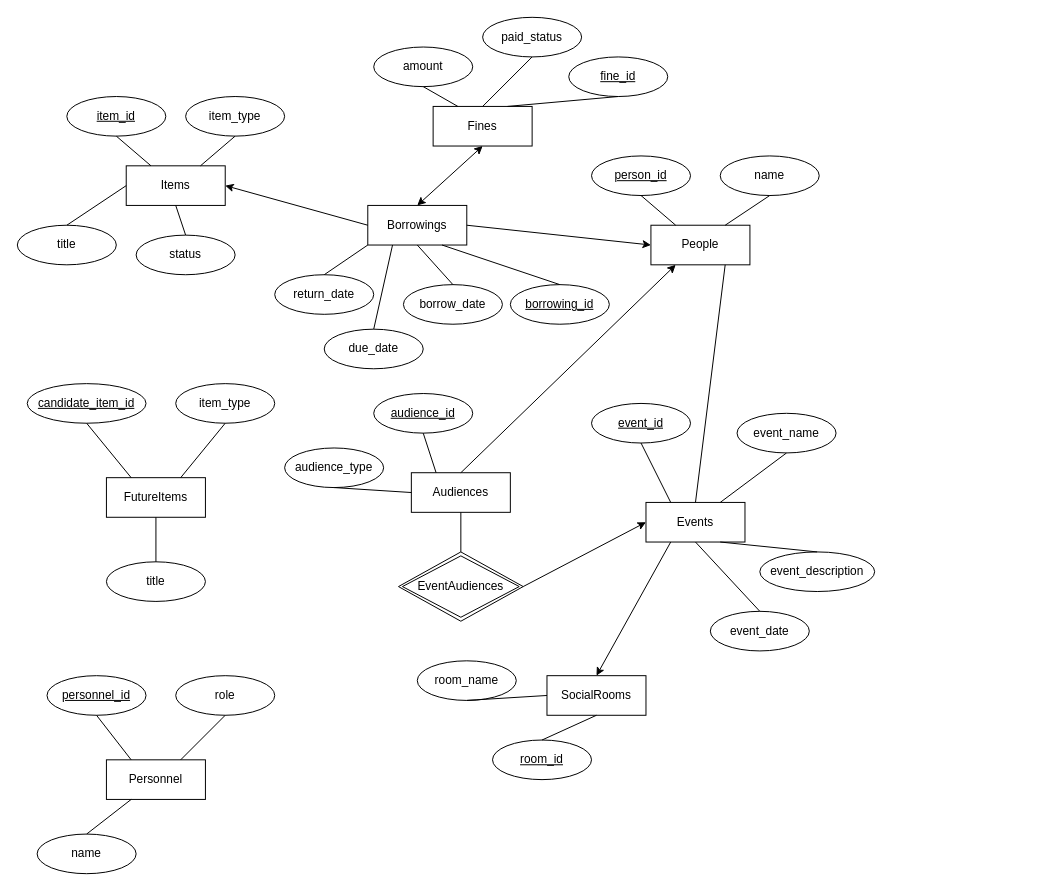
The draw.io diagram Library_ER_Diagram.drawio in t-trent/Library-Application, before the edit. Source tidied: cells renumbered, new cells numbered last; positions are measured from the earlier drawing's top-left corner, leaving out a move shared by most shapes. Both pictures are drawn from the tidied source at 99%, with x=0, y=0 at pixel (17, 17).
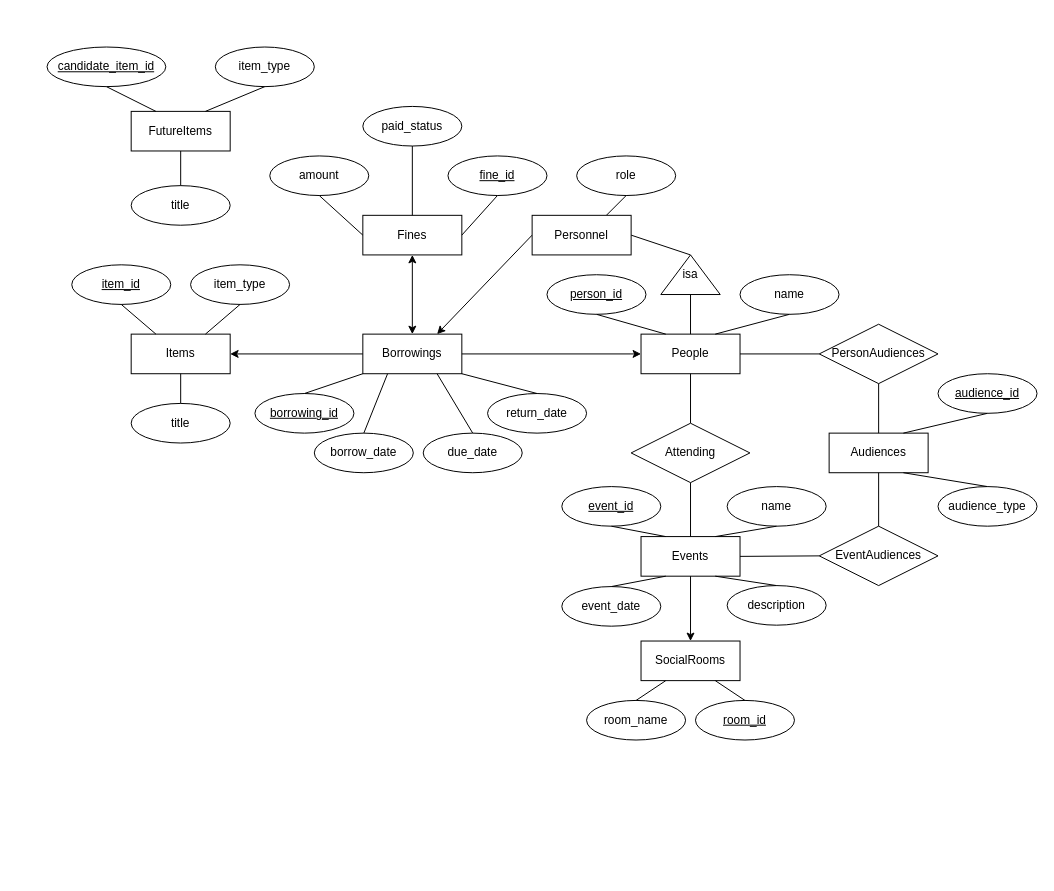
After the change.

Diff of the diagram source:
```diff
@@
     <mxCell id="2" value="Items" style="rounded=0;whiteSpace=wrap;html=1;" parent="1" vertex="1">
-      <mxGeometry x="110" y="150" width="100" height="40" as="geometry" />
+      <mxGeometry x="115" y="320" width="100" height="40" as="geometry" />
     </mxCell>
     <mxCell id="3" value="FutureItems" style="rounded=0;whiteSpace=wrap;html=1;" parent="1" vertex="1">
-      <mxGeometry x="90" y="465" width="100" height="40" as="geometry" />
+      <mxGeometry x="115" y="95" width="100" height="40" as="geometry" />
     </mxCell>
     <mxCell id="4" value="People" style="rounded=0;whiteSpace=wrap;html=1;" parent="1" vertex="1">
-      <mxGeometry x="640" y="210" width="100" height="40" as="geometry" />
+      <mxGeometry x="630" y="320" width="100" height="40" as="geometry" />
     </mxCell>
     <mxCell id="5" value="Borrowings" style="rounded=0;whiteSpace=wrap;html=1;" parent="1" vertex="1">
-      <mxGeometry x="354" y="190" width="100" height="40" as="geometry" />
+      <mxGeometry x="349" y="320" width="100" height="40" as="geometry" />
     </mxCell>
     <mxCell id="6" value="Fines" style="rounded=0;whiteSpace=wrap;html=1;" parent="1" vertex="1">
-      <mxGeometry x="420" y="90" width="100" height="40" as="geometry" />
+      <mxGeometry x="349" y="200" width="100" height="40" as="geometry" />
     </mxCell>
     <mxCell id="7" value="Events" style="rounded=0;whiteSpace=wrap;html=1;" parent="1" vertex="1">
-      <mxGeometry x="635" y="490" width="100" height="40" as="geometry" />
+      <mxGeometry x="630" y="524.5" width="100" height="40" as="geometry" />
     </mxCell>
     <mxCell id="8" value="SocialRooms" style="rounded=0;whiteSpace=wrap;html=1;" parent="1" vertex="1">
-      <mxGeometry x="535" y="665" width="100" height="40" as="geometry" />
+      <mxGeometry x="630" y="630" width="100" height="40" as="geometry" />
     </mxCell>
     <mxCell id="9" value="Audiences" style="rounded=0;whiteSpace=wrap;html=1;" parent="1" vertex="1">
-      <mxGeometry x="398" y="460" width="100" height="40" as="geometry" />
+      <mxGeometry x="820" y="420" width="100" height="40" as="geometry" />
     </mxCell>
-    <mxCell id="10" value="Personnel" style="rounded=0;whiteSpace=wrap;html=1;" parent="1" vertex="1">
-      <mxGeometry x="90" y="750" width="100" height="40" as="geometry" />
-    </mxCell>
-    <mxCell id="11" style="endArrow=classic;html=1;rounded=0;entryX=0;entryY=0.5;entryDx=0;entryDy=0;exitX=1;exitY=0.5;exitDx=0;exitDy=0;" parent="1" edge="1" source="5" target="4">
-      <mxGeometry relative="1" as="geometry" />
-    </mxCell>
@@
     <mxCell id="14" value="item_id" style="ellipse;whiteSpace=wrap;html=1;align=center;fontStyle=4;" parent="1" vertex="1">
-      <mxGeometry x="50" y="80" width="100" height="40" as="geometry" />
+      <mxGeometry x="55" y="250" width="100" height="40" as="geometry" />
     </mxCell>
@@
     <mxCell id="16" value="candidate_item_id" style="ellipse;whiteSpace=wrap;html=1;align=center;fontStyle=4;" parent="1" vertex="1">
-      <mxGeometry x="10" y="370" width="120" height="40" as="geometry" />
+      <mxGeometry x="30" y="30" width="120" height="40" as="geometry" />
     </mxCell>
@@
     <mxCell id="18" value="person_id" style="ellipse;whiteSpace=wrap;html=1;align=center;fontStyle=4;" parent="1" vertex="1">
-      <mxGeometry x="580" y="140" width="100" height="40" as="geometry" />
+      <mxGeometry x="535" y="260" width="100" height="40" as="geometry" />
     </mxCell>
@@
     <mxCell id="20" value="event_id" style="ellipse;whiteSpace=wrap;html=1;align=center;fontStyle=4;" parent="1" vertex="1">
-      <mxGeometry x="580" y="390" width="100" height="40" as="geometry" />
+      <mxGeometry x="550" y="474" width="100" height="40" as="geometry" />
     </mxCell>
@@
     <mxCell id="22" value="item_type" style="ellipse;whiteSpace=wrap;html=1;align=center;" parent="1" vertex="1">
-      <mxGeometry x="170" y="80" width="100" height="40" as="geometry" />
+      <mxGeometry x="175" y="250" width="100" height="40" as="geometry" />
     </mxCell>
     <mxCell id="23" value="borrowing_id" style="ellipse;whiteSpace=wrap;html=1;align=center;fontStyle=4;" parent="1" vertex="1">
-      <mxGeometry x="498" y="270" width="100" height="40" as="geometry" />
+      <mxGeometry x="240" y="380" width="100" height="40" as="geometry" />
     </mxCell>
-    <mxCell id="24" style="endArrow=none;html=1;rounded=0;entryX=0.5;entryY=0;entryDx=0;entryDy=0;exitX=0.75;exitY=1;exitDx=0;exitDy=0;" parent="1" edge="1" source="5" target="23">
+    <mxCell id="24" style="endArrow=none;html=1;rounded=0;entryX=0.5;entryY=0;entryDx=0;entryDy=0;exitX=0;exitY=1;exitDx=0;exitDy=0;" parent="1" edge="1" source="5" target="23">
       <mxGeometry relative="1" as="geometry" />
     </mxCell>
@@
-    <mxCell id="26" value="personnel_id" style="ellipse;whiteSpace=wrap;html=1;align=center;fontStyle=4;" parent="1" vertex="1">
-      <mxGeometry x="30" y="665" width="100" height="40" as="geometry" />
-    </mxCell>
-    <mxCell id="27" style="endArrow=none;html=1;rounded=0;entryX=0.5;entryY=1;entryDx=0;entryDy=0;exitX=0.25;exitY=0;exitDx=0;exitDy=0;" parent="1" edge="1" source="10" target="26">
-      <mxGeometry relative="1" as="geometry" />
-    </mxCell>
-    <mxCell id="28" value="EventAudiences" style="shape=rhombus;double=1;perimeter=rhombusPerimeter;whiteSpace=wrap;html=1;align=center;" parent="1" vertex="1">
-      <mxGeometry x="385" y="540" width="126" height="70" as="geometry" />
-    </mxCell>
-    <mxCell id="29" style="endArrow=classic;html=1;rounded=0;exitX=1;exitY=0.5;exitDx=0;exitDy=0;entryX=0;entryY=0.5;entryDx=0;entryDy=0;" parent="1" edge="1" source="28" target="7">
-      <mxGeometry relative="1" as="geometry" />
-    </mxCell>
-    <mxCell id="30" style="endArrow=classic;html=1;rounded=0;entryX=0.5;entryY=0;entryDx=0;entryDy=0;exitX=0.25;exitY=1;exitDx=0;exitDy=0;" parent="1" edge="1" source="7" target="8">
+    <mxCell id="30" style="endArrow=classic;html=1;rounded=0;exitX=0.5;exitY=1;exitDx=0;exitDy=0;entryX=0.5;entryY=0;entryDx=0;entryDy=0;" parent="1" edge="1" source="7" target="8">
       <mxGeometry relative="1" as="geometry" />
     </mxCell>
-    <mxCell id="31" style="endArrow=none;html=1;rounded=0;entryX=0.5;entryY=1;entryDx=0;entryDy=0;exitX=0.5;exitY=0;exitDx=0;exitDy=0;" parent="1" edge="1" source="28" target="9">
-      <mxGeometry relative="1" as="geometry" />
-    </mxCell>
     <mxCell id="32" value="title" style="ellipse;whiteSpace=wrap;html=1;align=center;" parent="1" vertex="1">
-      <mxGeometry y="210" width="100" height="40" as="geometry" />
+      <mxGeometry x="115" y="390" width="100" height="40" as="geometry" />
     </mxCell>
-    <mxCell id="33" style="endArrow=none;html=1;rounded=0;exitX=0.5;exitY=0;exitDx=0;exitDy=0;entryX=0;entryY=0.5;entryDx=0;entryDy=0;" parent="1" edge="1" source="32" target="2">
+    <mxCell id="33" style="endArrow=none;html=1;rounded=0;exitX=0.5;exitY=0;exitDx=0;exitDy=0;entryX=0.5;entryY=1;entryDx=0;entryDy=0;" parent="1" edge="1" source="32" target="2">
       <mxGeometry relative="1" as="geometry" />
     </mxCell>
     <mxCell id="34" value="fine_id" style="ellipse;whiteSpace=wrap;html=1;align=center;fontStyle=4;" parent="1" vertex="1">
-      <mxGeometry x="557" y="40" width="100" height="40" as="geometry" />
+      <mxGeometry x="435" y="140" width="100" height="40" as="geometry" />
     </mxCell>
-    <mxCell id="35" style="endArrow=none;html=1;rounded=0;entryX=0.5;entryY=1;entryDx=0;entryDy=0;exitX=0.75;exitY=0;exitDx=0;exitDy=0;" parent="1" edge="1" source="6" target="34">
+    <mxCell id="35" style="endArrow=none;html=1;rounded=0;entryX=0.5;entryY=1;entryDx=0;entryDy=0;exitX=1;exitY=0.5;exitDx=0;exitDy=0;" parent="1" edge="1" source="6" target="34">
       <mxGeometry relative="1" as="geometry" />
     </mxCell>
     <mxCell id="36" value="item_type" style="ellipse;whiteSpace=wrap;html=1;align=center;" parent="1" vertex="1">
-      <mxGeometry x="160" y="370" width="100" height="40" as="geometry" />
+      <mxGeometry x="200" y="30" width="100" height="40" as="geometry" />
     </mxCell>
@@
     <mxCell id="38" value="title" style="ellipse;whiteSpace=wrap;html=1;align=center;" parent="1" vertex="1">
-      <mxGeometry x="90" y="550" width="100" height="40" as="geometry" />
+      <mxGeometry x="115" y="170" width="100" height="40" as="geometry" />
     </mxCell>
@@
     <mxCell id="40" value="audience_id" style="ellipse;whiteSpace=wrap;html=1;align=center;fontStyle=4;" parent="1" vertex="1">
-      <mxGeometry x="360" y="380" width="100" height="40" as="geometry" />
+      <mxGeometry x="930" y="360" width="100" height="40" as="geometry" />
     </mxCell>
     <mxCell id="41" value="audience_type" style="ellipse;whiteSpace=wrap;html=1;align=center;" parent="1" vertex="1">
-      <mxGeometry x="270" y="435" width="100" height="40" as="geometry" />
+      <mxGeometry x="930" y="474" width="100" height="40" as="geometry" />
     </mxCell>
-    <mxCell id="42" style="endArrow=none;html=1;rounded=0;entryX=0;entryY=0.5;entryDx=0;entryDy=0;exitX=0.5;exitY=1;exitDx=0;exitDy=0;" parent="1" edge="1" source="41" target="9">
+    <mxCell id="42" style="endArrow=none;html=1;rounded=0;entryX=0.75;entryY=1;entryDx=0;entryDy=0;exitX=0.5;exitY=0;exitDx=0;exitDy=0;" parent="1" edge="1" source="41" target="9">
       <mxGeometry relative="1" as="geometry" />
     </mxCell>
-    <mxCell id="43" style="endArrow=none;html=1;rounded=0;entryX=0.25;entryY=0;entryDx=0;entryDy=0;exitX=0.5;exitY=1;exitDx=0;exitDy=0;" parent="1" edge="1" source="40" target="9">
+    <mxCell id="43" style="endArrow=none;html=1;rounded=0;entryX=0.75;entryY=0;entryDx=0;entryDy=0;exitX=0.5;exitY=1;exitDx=0;exitDy=0;" parent="1" edge="1" source="40" target="9">
       <mxGeometry relative="1" as="geometry" />
     </mxCell>
-    <mxCell id="44" value="event_name" style="ellipse;whiteSpace=wrap;html=1;align=center;" parent="1" vertex="1">
-      <mxGeometry x="727" y="400" width="100" height="40" as="geometry" />
+    <mxCell id="44" value="name" style="ellipse;whiteSpace=wrap;html=1;align=center;" parent="1" vertex="1">
+      <mxGeometry x="717" y="474" width="100" height="40" as="geometry" />
     </mxCell>
-    <mxCell id="45" value="event_description" style="ellipse;whiteSpace=wrap;html=1;align=center;" parent="1" vertex="1">
-      <mxGeometry x="750" y="540" width="116" height="40" as="geometry" />
+    <mxCell id="45" value="description" style="ellipse;whiteSpace=wrap;html=1;align=center;" parent="1" vertex="1">
+      <mxGeometry x="717" y="574" width="100" height="40" as="geometry" />
     </mxCell>
@@
     <mxCell id="48" value="room_name" style="ellipse;whiteSpace=wrap;html=1;align=center;" parent="1" vertex="1">
-      <mxGeometry x="404" y="650" width="100" height="40" as="geometry" />
+      <mxGeometry x="575" y="690" width="100" height="40" as="geometry" />
     </mxCell>
     <mxCell id="49" value="room_id" style="ellipse;whiteSpace=wrap;html=1;align=center;fontStyle=4;" parent="1" vertex="1">
-      <mxGeometry x="480" y="730" width="100" height="40" as="geometry" />
+      <mxGeometry x="685" y="690" width="100" height="40" as="geometry" />
     </mxCell>
-    <mxCell id="50" style="endArrow=none;html=1;rounded=0;entryX=0;entryY=0.5;entryDx=0;entryDy=0;exitX=0.5;exitY=1;exitDx=0;exitDy=0;" parent="1" edge="1" source="48" target="8">
+    <mxCell id="50" style="endArrow=none;html=1;rounded=0;entryX=0.25;entryY=1;entryDx=0;entryDy=0;exitX=0.5;exitY=0;exitDx=0;exitDy=0;" parent="1" edge="1" source="48" target="8">
       <mxGeometry relative="1" as="geometry" />
     </mxCell>
-    <mxCell id="51" style="endArrow=none;html=1;rounded=0;entryX=0.5;entryY=0;entryDx=0;entryDy=0;exitX=0.5;exitY=1;exitDx=0;exitDy=0;" parent="1" edge="1" source="8" target="49">
+    <mxCell id="51" style="endArrow=none;html=1;rounded=0;entryX=0.5;entryY=0;entryDx=0;entryDy=0;exitX=0.75;exitY=1;exitDx=0;exitDy=0;" parent="1" edge="1" source="8" target="49">
       <mxGeometry relative="1" as="geometry" />
     </mxCell>
     <mxCell id="52" value="amount" style="ellipse;whiteSpace=wrap;html=1;align=center;" parent="1" vertex="1">
-      <mxGeometry x="360" y="30" width="100" height="40" as="geometry" />
+      <mxGeometry x="255" y="140" width="100" height="40" as="geometry" />
     </mxCell>
     <mxCell id="53" value="paid_status" style="ellipse;whiteSpace=wrap;html=1;align=center;" parent="1" vertex="1">
-      <mxGeometry x="470" width="100" height="40" as="geometry" />
+      <mxGeometry x="349" y="90" width="100" height="40" as="geometry" />
     </mxCell>
@@
-    <mxCell id="55" style="endArrow=none;html=1;rounded=0;entryX=0.5;entryY=1;entryDx=0;entryDy=0;exitX=0.25;exitY=0;exitDx=0;exitDy=0;" parent="1" edge="1" source="6" target="52">
+    <mxCell id="55" style="endArrow=none;html=1;rounded=0;entryX=0.5;entryY=1;entryDx=0;entryDy=0;exitX=0;exitY=0.5;exitDx=0;exitDy=0;" parent="1" edge="1" source="6" target="52">
       <mxGeometry relative="1" as="geometry" />
     </mxCell>
-    <mxCell id="56" value="name" style="ellipse;whiteSpace=wrap;html=1;align=center;" parent="1" vertex="1">
-      <mxGeometry x="20" y="825" width="100" height="40" as="geometry" />
-    </mxCell>
     <mxCell id="57" value="role" style="ellipse;whiteSpace=wrap;html=1;align=center;" parent="1" vertex="1">
-      <mxGeometry x="160" y="665" width="100" height="40" as="geometry" />
+      <mxGeometry x="565" y="140" width="100" height="40" as="geometry" />
     </mxCell>
-    <mxCell id="58" style="endArrow=none;html=1;rounded=0;exitX=0.5;exitY=0;exitDx=0;exitDy=0;entryX=0.25;entryY=1;entryDx=0;entryDy=0;" parent="1" edge="1" source="56" target="10">
-      <mxGeometry relative="1" as="geometry" />
-    </mxCell>
@@
     <mxCell id="60" value="name" style="ellipse;whiteSpace=wrap;html=1;align=center;" parent="1" vertex="1">
-      <mxGeometry x="710" y="140" width="100" height="40" as="geometry" />
+      <mxGeometry x="730" y="260" width="100" height="40" as="geometry" />
     </mxCell>
@@
     <mxCell id="62" value="borrow_date" style="ellipse;whiteSpace=wrap;html=1;align=center;" parent="1" vertex="1">
-      <mxGeometry x="390" y="270" width="100" height="40" as="geometry" />
+      <mxGeometry x="300" y="420" width="100" height="40" as="geometry" />
     </mxCell>
     <mxCell id="63" value="due_date" style="ellipse;whiteSpace=wrap;html=1;align=center;" parent="1" vertex="1">
-      <mxGeometry x="310" y="315" width="100" height="40" as="geometry" />
+      <mxGeometry x="410" y="420" width="100" height="40" as="geometry" />
     </mxCell>
     <mxCell id="64" value="return_date" style="ellipse;whiteSpace=wrap;html=1;align=center;" parent="1" vertex="1">
-      <mxGeometry x="260" y="260" width="100" height="40" as="geometry" />
+      <mxGeometry x="475" y="380" width="100" height="40" as="geometry" />
     </mxCell>
-    <mxCell id="65" style="endArrow=none;html=1;rounded=0;entryX=0.25;entryY=1;entryDx=0;entryDy=0;exitX=0.5;exitY=0;exitDx=0;exitDy=0;" parent="1" edge="1" source="63" target="5">
+    <mxCell id="65" style="endArrow=none;html=1;rounded=0;entryX=0.75;entryY=1;entryDx=0;entryDy=0;exitX=0.5;exitY=0;exitDx=0;exitDy=0;" parent="1" edge="1" source="63" target="5">
       <mxGeometry relative="1" as="geometry" />
     </mxCell>
-    <mxCell id="66" style="endArrow=none;html=1;rounded=0;entryX=0.5;entryY=0;entryDx=0;entryDy=0;exitX=0;exitY=1;exitDx=0;exitDy=0;" parent="1" edge="1" source="5" target="64">
+    <mxCell id="66" style="endArrow=none;html=1;rounded=0;entryX=0.5;entryY=0;entryDx=0;entryDy=0;exitX=1;exitY=1;exitDx=0;exitDy=0;" parent="1" edge="1" source="5" target="64">
       <mxGeometry relative="1" as="geometry" />
     </mxCell>
-    <mxCell id="67" style="endArrow=none;html=1;rounded=0;entryX=0.5;entryY=1;entryDx=0;entryDy=0;exitX=0.5;exitY=0;exitDx=0;exitDy=0;" parent="1" edge="1" source="62" target="5">
+    <mxCell id="67" style="endArrow=none;html=1;rounded=0;exitX=0.5;exitY=0;exitDx=0;exitDy=0;entryX=0.25;entryY=1;entryDx=0;entryDy=0;" parent="1" edge="1" source="62" target="5">
       <mxGeometry relative="1" as="geometry" />
     </mxCell>
-    <mxCell id="68" value="status" style="ellipse;whiteSpace=wrap;html=1;align=center;" parent="1" vertex="1">
-      <mxGeometry x="120" y="220" width="100" height="40" as="geometry" />
-    </mxCell>
-    <mxCell id="69" style="endArrow=none;html=1;rounded=0;entryX=0.5;entryY=0;entryDx=0;entryDy=0;exitX=0.5;exitY=1;exitDx=0;exitDy=0;" parent="1" edge="1" source="2" target="68">
-      <mxGeometry relative="1" as="geometry" />
-    </mxCell>
-    <mxCell id="70" style="endArrow=classic;html=1;rounded=0;entryX=0.25;entryY=1;entryDx=0;entryDy=0;exitX=0.5;exitY=0;exitDx=0;exitDy=0;" parent="1" edge="1" source="9" target="4">
-      <mxGeometry relative="1" as="geometry" />
-    </mxCell>
-    <mxCell id="71" style="endArrow=none;html=1;rounded=0;entryX=0.75;entryY=1;entryDx=0;entryDy=0;exitX=0.5;exitY=0;exitDx=0;exitDy=0;" parent="1" edge="1" source="7" target="4">
+    <mxCell id="71" style="endArrow=none;html=1;rounded=0;entryX=0.5;entryY=1;entryDx=0;entryDy=0;exitX=0.5;exitY=0;exitDx=0;exitDy=0;" parent="1" edge="1" source="78" target="4">
       <mxGeometry relative="1" as="geometry" />
     </mxCell>
     <mxCell id="72" value="event_date" style="ellipse;whiteSpace=wrap;html=1;align=center;" parent="1" vertex="1">
-      <mxGeometry x="700" y="600" width="100" height="40" as="geometry" />
+      <mxGeometry x="550" y="575" width="100" height="40" as="geometry" />
     </mxCell>
-    <mxCell id="73" style="endArrow=none;html=1;rounded=0;entryX=0.5;entryY=1;entryDx=0;entryDy=0;exitX=0.5;exitY=0;exitDx=0;exitDy=0;" parent="1" edge="1" source="72" target="7">
+    <mxCell id="73" style="endArrow=none;html=1;rounded=0;entryX=0.25;entryY=1;entryDx=0;entryDy=0;exitX=0.5;exitY=0;exitDx=0;exitDy=0;" parent="1" edge="1" source="72" target="7">
       <mxGeometry relative="1" as="geometry" />
     </mxCell>
+    <mxCell id="74" value="PersonAudiences" style="shape=rhombus;perimeter=rhombusPerimeter;whiteSpace=wrap;html=1;align=center;" parent="1" vertex="1">
+      <mxGeometry x="810" y="310" width="120" height="60" as="geometry" />
+    </mxCell>
+    <mxCell id="75" style="endArrow=none;html=1;rounded=0;entryX=0.5;entryY=1;entryDx=0;entryDy=0;exitX=0.5;exitY=0;exitDx=0;exitDy=0;" parent="1" edge="1" source="9" target="74">
+      <mxGeometry relative="1" as="geometry" />
+    </mxCell>
+    <mxCell id="76" style="endArrow=none;html=1;rounded=0;entryX=0;entryY=0.5;entryDx=0;entryDy=0;exitX=1;exitY=0.5;exitDx=0;exitDy=0;" parent="1" edge="1" source="4" target="74">
+      <mxGeometry relative="1" as="geometry" />
+    </mxCell>
+    <mxCell id="28" value="EventAudiences" style="shape=rhombus;perimeter=rhombusPerimeter;whiteSpace=wrap;html=1;align=center;" parent="1" vertex="1">
+      <mxGeometry x="810" y="514" width="120" height="60" as="geometry" />
+    </mxCell>
+    <mxCell id="77" style="endArrow=none;html=1;rounded=0;exitX=0.5;exitY=1;exitDx=0;exitDy=0;entryX=0.5;entryY=0;entryDx=0;entryDy=0;" parent="1" edge="1" source="9" target="28">
+      <mxGeometry relative="1" as="geometry" />
+    </mxCell>
+    <mxCell id="29" style="endArrow=none;html=1;rounded=0;entryX=1;entryY=0.5;entryDx=0;entryDy=0;exitX=0;exitY=0.5;exitDx=0;exitDy=0;" parent="1" edge="1" source="28" target="7">
+      <mxGeometry relative="1" as="geometry" />
+    </mxCell>
+    <mxCell id="78" value="Attending" style="shape=rhombus;perimeter=rhombusPerimeter;whiteSpace=wrap;html=1;align=center;" parent="1" vertex="1">
+      <mxGeometry x="620" y="410" width="120" height="60" as="geometry" />
+    </mxCell>
+    <mxCell id="79" style="endArrow=none;html=1;rounded=0;entryX=0.5;entryY=1;entryDx=0;entryDy=0;exitX=0.5;exitY=0;exitDx=0;exitDy=0;" parent="1" edge="1" source="7" target="78">
+      <mxGeometry relative="1" as="geometry" />
+    </mxCell>
+    <mxCell id="11" style="endArrow=classic;html=1;rounded=0;entryX=0;entryY=0.5;entryDx=0;entryDy=0;exitX=1;exitY=0.5;exitDx=0;exitDy=0;" parent="1" edge="1" source="5" target="4">
+      <mxGeometry relative="1" as="geometry" />
+    </mxCell>
+    <mxCell id="80" style="endArrow=classic;html=1;rounded=0;exitX=0;exitY=0.5;exitDx=0;exitDy=0;entryX=0.75;entryY=0;entryDx=0;entryDy=0;" parent="1" edge="1" source="10" target="5">
+      <mxGeometry relative="1" as="geometry" />
+    </mxCell>
+    <mxCell id="81" style="endArrow=none;html=1;rounded=0;entryX=1;entryY=0.5;entryDx=0;entryDy=0;exitX=1;exitY=0.5;exitDx=0;exitDy=0;" parent="1" edge="1" source="83" target="10">
+      <mxGeometry relative="1" as="geometry" />
+    </mxCell>
+    <mxCell id="82" style="endArrow=none;html=1;rounded=0;entryX=0;entryY=0.5;entryDx=0;entryDy=0;exitX=0.5;exitY=0;exitDx=0;exitDy=0;" parent="1" edge="1" source="4" target="83">
+      <mxGeometry relative="1" as="geometry" />
+    </mxCell>
+    <mxCell id="83" value="isa" style="triangle;direction=north;whiteSpace=wrap;html=1;" parent="1" vertex="1">
+      <mxGeometry x="650" y="240" width="60" height="40" as="geometry" />
+    </mxCell>
+    <mxCell id="10" value="Personnel" style="whiteSpace=wrap;html=1;align=center;" parent="1" vertex="1">
+      <mxGeometry x="520" y="200" width="100" height="40" as="geometry" />
+    </mxCell>
```
